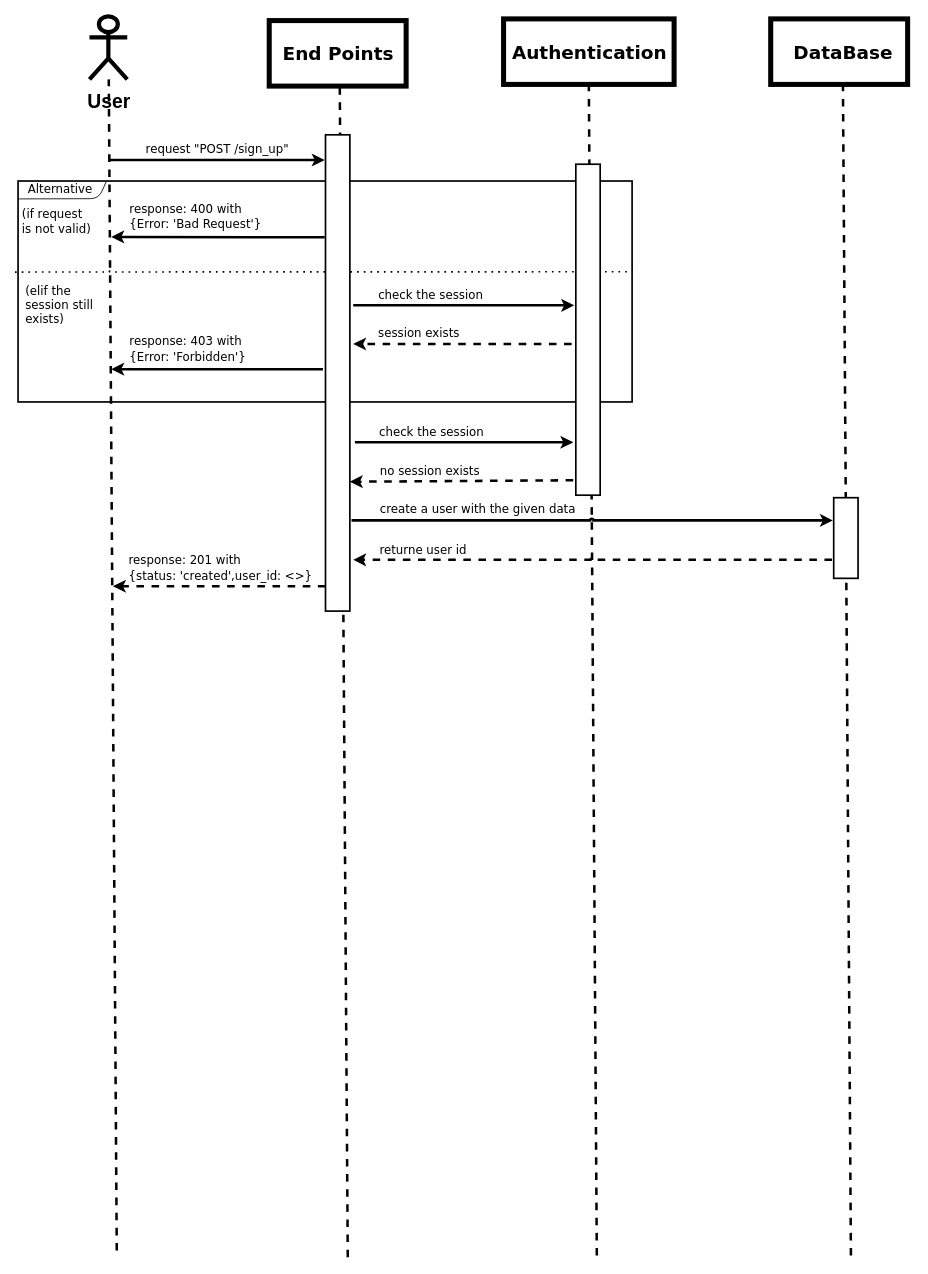
Before: UML/sequence_diaram/diagram.dio in Kolapo-code/Booker, a draw.io diagram. Source tidied: cells renumbered, new cells numbered last; positions are measured from the earlier drawing's top-left corner, leaving out a move shared by most shapes. Both pictures are drawn from the tidied source at 84%, with x=0, y=0 at pixel (18, 16).
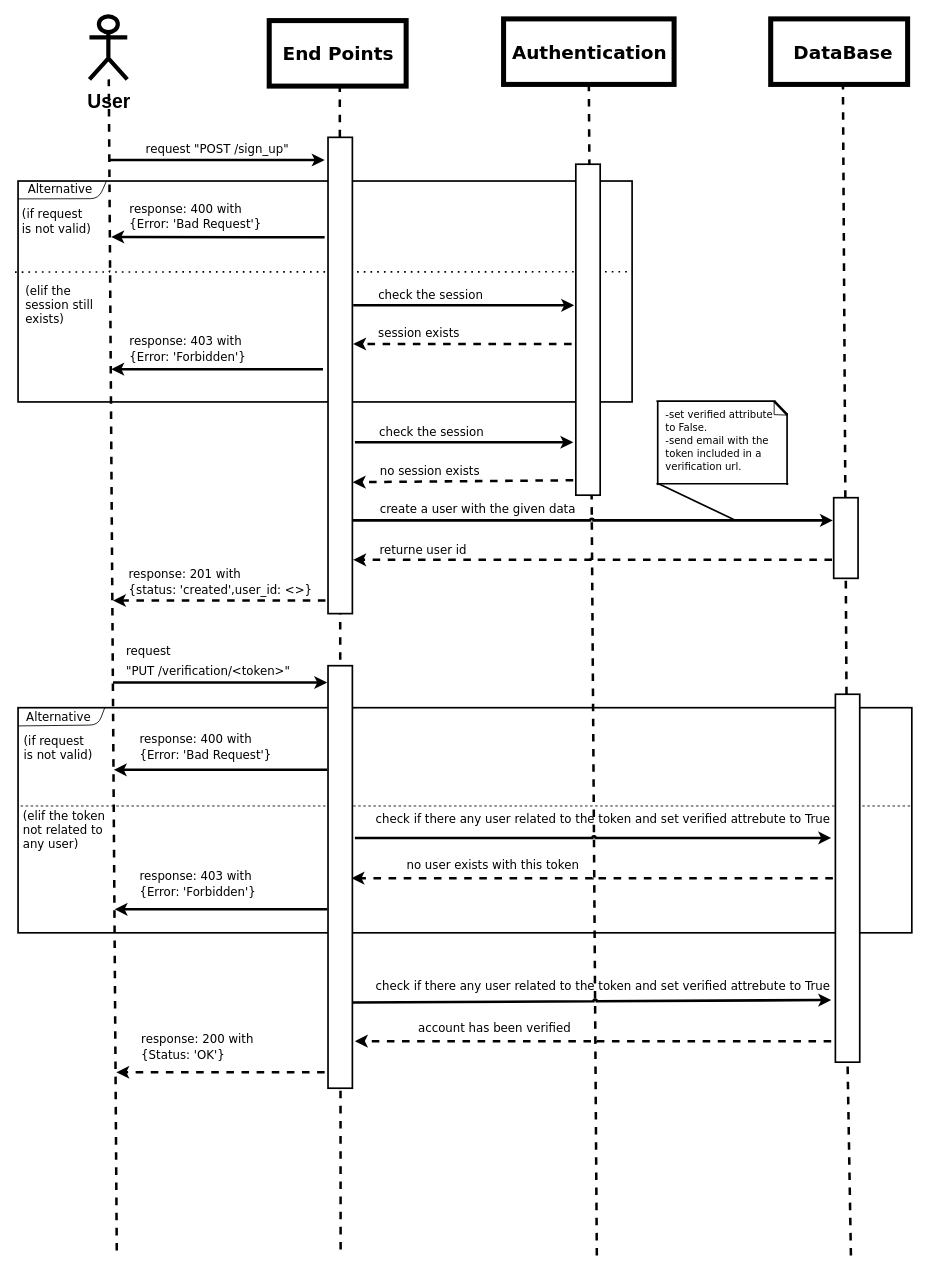
Above is the later version.

The change refers to these unchanged cells:
```xml
<mxCell id="35" style="rounded=0;whiteSpace=wrap;html=1;strokeColor=#000000;strokeWidth=2;fontFamily=Verdana;fontSize=14;fontColor=#000000;fillColor=#FFFFFF;" parent="1" vertex="1">
  <mxGeometry x="664" y="176" width="29" height="394" as="geometry" />
</mxCell>
```

Diff of the diagram source:
```diff
@@
-    <mxCell id="5" style="endArrow=none;dashed=1;html=1;entryX=0.5;entryY=1;entryDx=0;entryDy=0;rounded=1;jumpSize=0;strokeWidth=3;jumpStyle=arc;strokeColor=#000000;" parent="1" edge="1">
+    <mxCell id="5" style="endArrow=none;dashed=1;html=1;entryX=0.5;entryY=1;entryDx=0;entryDy=0;rounded=1;jumpSize=0;strokeWidth=3;jumpStyle=arc;strokeColor=#000000;startArrow=none;" parent="1" edge="1" source="78">
       <mxGeometry relative="1" as="geometry">
-        <mxPoint x="991.5" y="1475.2" as="sourcePoint" />
         <mxPoint x="982" y="81" as="targetPoint" />
       </mxGeometry>
     </mxCell>
@@
     <mxCell id="26" style="endArrow=classic;html=1;rounded=1;strokeColor=#000000;strokeWidth=3;fontFamily=Verdana;fontSize=14;fontColor=#000000;jumpStyle=arc;jumpSize=0;dashed=1;exitX=0.959;exitY=0.762;exitDx=0;exitDy=0;exitPerimeter=0;" parent="1" edge="1" source="27">
       <mxGeometry relative="1" as="geometry">
-        <mxPoint x="113" y="678.4" as="targetPoint" />
+        <mxPoint x="113" y="695.4" as="targetPoint" />
       </mxGeometry>
     </mxCell>
     <mxCell id="27" value="&lt;p style=&quot;line-height: 70%;&quot;&gt;&lt;font style=&quot;font-size: 14px;&quot; face=&quot;Verdana&quot;&gt;response: 201 with&lt;br&gt;{&lt;/font&gt;&lt;span style=&quot;background-color: initial; font-family: Verdana; font-size: 14px;&quot;&gt;status: 'created',user_id: &amp;lt;&amp;gt;}&amp;nbsp;&lt;/span&gt;&lt;/p&gt;" style="text;html=1;align=left;verticalAlign=middle;points=[];strokeColor=none;fillColor=none;fontSize=22;fontColor=#000000;" parent="1" vertex="1">
-      <mxGeometry x="130" y="609" width="246" height="91" as="geometry" />
+      <mxGeometry x="130" y="626" width="246" height="91" as="geometry" />
     </mxCell>
@@
-    <mxCell id="31" style="endArrow=classic;html=1;rounded=1;strokeColor=#000000;strokeWidth=3;fontFamily=Verdana;fontSize=14;fontColor=#000000;jumpStyle=arc;jumpSize=0;dashed=1;exitX=-0.108;exitY=0.955;exitDx=0;exitDy=0;exitPerimeter=0;" parent="1" edge="1" source="35">
-      <mxGeometry relative="1" as="geometry">
-        <mxPoint x="395" y="554" as="targetPoint" />
-      </mxGeometry>
+    <mxCell id="31" style="endArrow=classic;html=1;rounded=1;strokeColor=#000000;strokeWidth=3;fontFamily=Verdana;fontSize=14;fontColor=#000000;jumpStyle=arc;jumpSize=0;dashed=1;exitX=-0.108;exitY=0.955;exitDx=0;exitDy=0;exitPerimeter=0;entryX=1.016;entryY=0.724;entryDx=0;entryDy=0;entryPerimeter=0;" parent="1" edge="1" source="35" target="42">
+      <mxGeometry relative="1" as="geometry" />
     </mxCell>
@@
-    <mxCell id="40" style="endArrow=none;dashed=1;html=1;entryX=0.5;entryY=1;entryDx=0;entryDy=0;rounded=1;jumpSize=0;strokeWidth=3;jumpStyle=arc;strokeColor=#000000;" parent="1" edge="1">
+    <mxCell id="40" style="endArrow=none;dashed=1;html=1;entryX=0.5;entryY=1;entryDx=0;entryDy=0;rounded=1;jumpSize=0;strokeWidth=3;jumpStyle=arc;strokeColor=#000000;startArrow=none;" parent="1" edge="1" source="42">
       <mxGeometry relative="1" as="geometry">
-        <mxPoint x="392.5" y="1477.2" as="sourcePoint" />
         <mxPoint x="383" y="83" as="targetPoint" />
       </mxGeometry>
     </mxCell>
@@
+    <mxCell id="43" style="endArrow=none;dashed=1;html=1;entryX=0.5;entryY=1;entryDx=0;entryDy=0;rounded=1;jumpSize=0;strokeWidth=3;jumpStyle=arc;strokeColor=#000000;" parent="1" edge="1" target="42">
+      <mxGeometry relative="1" as="geometry">
+        <mxPoint x="384" y="1468" as="sourcePoint" />
+      </mxGeometry>
+    </mxCell>
     <mxCell id="42" style="rounded=0;whiteSpace=wrap;html=1;strokeColor=#000000;strokeWidth=2;fontFamily=Verdana;fontSize=14;fontColor=#000000;fillColor=#FFFFFF;" parent="1" vertex="1">
-      <mxGeometry x="366" y="141" width="29" height="567" as="geometry" />
+      <mxGeometry x="369" y="144" width="29" height="567" as="geometry" />
     </mxCell>
+    <mxCell id="44" style="group;" parent="1" vertex="1">
+      <mxGeometry x="760" y="458" width="222" height="136" as="geometry" />
+    </mxCell>
+    <mxCell id="45" style="endArrow=none;html=1;strokeColor=#000000;strokeWidth=2;" parent="44" edge="1">
+      <mxGeometry relative="1" as="geometry">
+        <mxPoint as="sourcePoint" />
+        <mxPoint x="141.6" as="targetPoint" />
+      </mxGeometry>
+    </mxCell>
+    <mxCell id="46" style="endArrow=none;html=1;strokeColor=#000000;strokeWidth=2;" parent="44" edge="1">
+      <mxGeometry relative="1" as="geometry">
+        <mxPoint y="98.4" as="sourcePoint" />
+        <mxPoint x="157" y="98.4" as="targetPoint" />
+      </mxGeometry>
+    </mxCell>
+    <mxCell id="47" style="endArrow=none;html=1;strokeColor=#000000;strokeWidth=2;" parent="44" edge="1">
+      <mxGeometry relative="1" as="geometry">
+        <mxPoint x="1.5" y="100" as="sourcePoint" />
+        <mxPoint x="1.5" as="targetPoint" />
+      </mxGeometry>
+    </mxCell>
+    <mxCell id="48" style="endArrow=none;html=1;strokeColor=#000000;strokeWidth=2;" parent="44" edge="1">
+      <mxGeometry relative="1" as="geometry">
+        <mxPoint x="155.5" y="100" as="sourcePoint" />
+        <mxPoint x="155.5" y="14.5" as="targetPoint" />
+      </mxGeometry>
+    </mxCell>
+    <mxCell id="49" style="endArrow=none;html=1;strokeColor=#000000;strokeWidth=3;" parent="44" edge="1">
+      <mxGeometry relative="1" as="geometry">
+        <mxPoint x="155.5" y="16.1" as="sourcePoint" />
+        <mxPoint x="140.1" as="targetPoint" />
+      </mxGeometry>
+    </mxCell>
+    <mxCell id="50" style="endArrow=none;html=1;strokeColor=#000000;strokeWidth=1;" parent="44" edge="1">
+      <mxGeometry relative="1" as="geometry">
+        <mxPoint x="140.1" y="16.1" as="sourcePoint" />
+        <mxPoint x="140.1" y="0.6" as="targetPoint" />
+      </mxGeometry>
+    </mxCell>
+    <mxCell id="51" style="endArrow=none;html=1;strokeColor=#000000;strokeWidth=1;" parent="44" edge="1">
+      <mxGeometry relative="1" as="geometry">
+        <mxPoint x="140.1" y="16.1" as="sourcePoint" />
+        <mxPoint x="155.5" y="16.7" as="targetPoint" />
+      </mxGeometry>
+    </mxCell>
+    <mxCell id="52" value="&lt;p style=&quot;line-height: 130%; font-size: 12px;&quot;&gt;&lt;font style=&quot;font-size: 12px;&quot; face=&quot;Verdana&quot;&gt;-set verified attribute&lt;br&gt;to False.&lt;br&gt;-send email with the&lt;br&gt;token included in a&lt;br&gt;verification url.&lt;/font&gt;&lt;/p&gt;" style="text;html=1;align=left;verticalAlign=middle;strokeColor=none;fillColor=none;fontSize=22;fontColor=#000000;" parent="44" vertex="1">
+      <mxGeometry x="9" y="-12" width="147" height="119" as="geometry" />
+    </mxCell>
+    <mxCell id="53" style="endArrow=none;html=1;strokeColor=#000000;strokeWidth=2;" parent="1" edge="1">
+      <mxGeometry relative="1" as="geometry">
+        <mxPoint x="852" y="599" as="sourcePoint" />
+        <mxPoint x="762" y="556" as="targetPoint" />
+      </mxGeometry>
+    </mxCell>
+    <mxCell id="54" style="endArrow=classic;html=1;rounded=1;strokeColor=#000000;strokeWidth=3;fontSize=22;fontColor=#000000;jumpStyle=arc;jumpSize=0;" parent="1" edge="1">
+      <mxGeometry relative="1" as="geometry">
+        <mxPoint x="113" y="793" as="sourcePoint" />
+        <mxPoint x="368" y="793" as="targetPoint" />
+      </mxGeometry>
+    </mxCell>
+    <mxCell id="55" value="&lt;p style=&quot;line-height: 0%;&quot;&gt;&lt;font style=&quot;font-size: 14px;&quot; face=&quot;Verdana&quot;&gt;request&lt;/font&gt;&lt;/p&gt;&lt;p style=&quot;line-height: 0%;&quot;&gt;&lt;font style=&quot;font-size: 14px;&quot; face=&quot;Verdana&quot;&gt;&quot;PUT /verification/&amp;lt;token&amp;gt;&quot;&lt;/font&gt;&lt;/p&gt;" style="text;html=1;align=left;verticalAlign=middle;strokeColor=none;fillColor=none;fontSize=22;fontColor=#000000;" parent="1" vertex="1">
+      <mxGeometry x="126.5" y="725" width="216" height="82" as="geometry" />
+    </mxCell>
+    <mxCell id="56" style="rounded=0;whiteSpace=wrap;html=1;strokeColor=#000000;strokeWidth=2;fontFamily=Verdana;fontSize=14;fontColor=#000000;fillColor=none;" parent="1" vertex="1">
+      <mxGeometry y="823" width="1064" height="268" as="geometry" />
+    </mxCell>
+    <mxCell id="57" style="endArrow=none;html=1;rounded=1;strokeColor=#000000;strokeWidth=1;fontFamily=Verdana;fontSize=14;fontColor=#000000;jumpStyle=arc;jumpSize=0;exitX=0;exitY=0.081;exitDx=0;exitDy=0;exitPerimeter=0;entryX=0.097;entryY=0;entryDx=0;entryDy=0;entryPerimeter=0;" parent="1" edge="1" source="56" target="56">
+      <mxGeometry relative="1" as="geometry">
+        <Array as="points">
+          <mxPoint x="95.5" y="843.6" />
+        </Array>
+      </mxGeometry>
+    </mxCell>
+    <mxCell id="58" style="endArrow=none;dashed=1;html=1;rounded=1;strokeColor=#000000;strokeWidth=1;fontFamily=Verdana;fontSize=14;fontColor=#000000;jumpStyle=arc;jumpSize=0;" parent="1" edge="1">
+      <mxGeometry relative="1" as="geometry">
+        <mxPoint x="3" y="940" as="sourcePoint" />
+        <mxPoint x="1064" y="940" as="targetPoint" />
+      </mxGeometry>
+    </mxCell>
+    <mxCell id="59" value="Alternative" style="text;html=1;align=center;verticalAlign=middle;strokeColor=none;fillColor=none;fontSize=14;fontFamily=Verdana;fontColor=#000000;strokeWidth=2;" parent="1" vertex="1">
+      <mxGeometry x="1" y="819.3" width="94" height="29" as="geometry" />
+    </mxCell>
+    <mxCell id="60" style="endArrow=classic;html=1;rounded=1;strokeColor=#000000;strokeWidth=3;fontFamily=Verdana;fontSize=14;fontColor=#000000;jumpStyle=arc;jumpSize=0;" parent="1" edge="1">
+      <mxGeometry relative="1" as="geometry">
+        <mxPoint x="368" y="897" as="sourcePoint" />
+        <mxPoint x="114" y="897" as="targetPoint" />
+      </mxGeometry>
+    </mxCell>
+    <mxCell id="61" value="&lt;p style=&quot;line-height: 70%;&quot;&gt;&lt;font style=&quot;font-size: 14px;&quot; face=&quot;Verdana&quot;&gt;response: 400 with&lt;br&gt;{Error&lt;/font&gt;&lt;span style=&quot;background-color: initial; font-family: Verdana; font-size: 14px;&quot;&gt;: 'Bad Request'}&amp;nbsp;&lt;/span&gt;&lt;/p&gt;" style="text;html=1;align=left;verticalAlign=middle;strokeColor=none;fillColor=none;fontSize=22;fontColor=#000000;" parent="1" vertex="1">
+      <mxGeometry x="143" y="823" width="183" height="91" as="geometry" />
+    </mxCell>
+    <mxCell id="62" style="endArrow=classic;html=1;rounded=1;strokeColor=#000000;strokeWidth=3;fontFamily=Verdana;fontSize=14;fontColor=#000000;jumpStyle=arc;jumpSize=0;" parent="1" edge="1">
+      <mxGeometry relative="1" as="geometry">
+        <mxPoint x="368" y="1063" as="sourcePoint" />
+        <mxPoint x="115" y="1063" as="targetPoint" />
+      </mxGeometry>
+    </mxCell>
+    <mxCell id="63" value="&lt;p style=&quot;line-height: 70%;&quot;&gt;&lt;font style=&quot;font-size: 14px;&quot; face=&quot;Verdana&quot;&gt;response: 403 with&lt;br&gt;{Error&lt;/font&gt;&lt;span style=&quot;background-color: initial; font-family: Verdana; font-size: 14px;&quot;&gt;: 'Forbidden'}&amp;nbsp;&lt;/span&gt;&lt;/p&gt;" style="text;html=1;align=left;verticalAlign=middle;strokeColor=none;fillColor=none;fontSize=22;fontColor=#000000;" parent="1" vertex="1">
+      <mxGeometry x="143" y="986" width="164" height="91" as="geometry" />
+    </mxCell>
+    <mxCell id="64" value="(if request&lt;br&gt;is not valid)" style="text;html=1;align=left;verticalAlign=middle;strokeColor=none;fillColor=none;fontSize=14;fontFamily=Verdana;fontColor=#000000;" parent="1" vertex="1">
+      <mxGeometry x="5" y="848.3" width="101" height="46" as="geometry" />
+    </mxCell>
+    <mxCell id="65" value="(elif the token&lt;br&gt;not related to&lt;br&gt;any user)" style="text;html=1;align=left;verticalAlign=middle;strokeColor=none;fillColor=none;fontSize=14;fontFamily=Verdana;fontColor=#000000;" parent="1" vertex="1">
+      <mxGeometry x="4" y="938" width="117" height="62" as="geometry" />
+    </mxCell>
+    <mxCell id="66" value="&lt;font face=&quot;Verdana&quot;&gt;&lt;span style=&quot;font-size: 14px;&quot;&gt;check if there any user related to the token and set verified attrebute to True&lt;/span&gt;&lt;/font&gt;" style="text;html=1;align=center;verticalAlign=middle;strokeColor=none;fillColor=none;fontSize=22;fontColor=#000000;" parent="1" vertex="1">
+      <mxGeometry x="414" y="934" width="563" height="39" as="geometry" />
+    </mxCell>
+    <mxCell id="67" style="endArrow=classic;html=1;rounded=1;strokeColor=#000000;strokeWidth=3;fontSize=22;fontColor=#000000;jumpStyle=arc;jumpSize=0;" parent="1" edge="1">
+      <mxGeometry relative="1" as="geometry">
+        <mxPoint x="401" y="978" as="sourcePoint" />
+        <mxPoint x="968" y="978" as="targetPoint" />
+      </mxGeometry>
+    </mxCell>
+    <mxCell id="68" style="endArrow=classic;html=1;rounded=1;strokeColor=#000000;strokeWidth=3;fontFamily=Verdana;fontSize=14;fontColor=#000000;jumpStyle=arc;jumpSize=0;dashed=1;" parent="1" edge="1">
+      <mxGeometry relative="1" as="geometry">
+        <mxPoint x="988" y="1026" as="sourcePoint" />
+        <mxPoint x="397" y="1026" as="targetPoint" />
+      </mxGeometry>
+    </mxCell>
+    <mxCell id="69" value="&lt;font face=&quot;Verdana&quot;&gt;&lt;span style=&quot;font-size: 14px;&quot;&gt;no user exists with this token&lt;/span&gt;&lt;/font&gt;" style="text;html=1;align=center;verticalAlign=middle;strokeColor=none;fillColor=none;fontSize=22;fontColor=#000000;" parent="1" vertex="1">
+      <mxGeometry x="452" y="989" width="226" height="39" as="geometry" />
+    </mxCell>
+    <mxCell id="70" style="endArrow=classic;html=1;rounded=1;strokeColor=#000000;strokeWidth=3;fontSize=22;fontColor=#000000;jumpStyle=arc;jumpSize=0;" parent="1" edge="1">
+      <mxGeometry relative="1" as="geometry">
+        <mxPoint x="397" y="1174" as="sourcePoint" />
+        <mxPoint x="968" y="1171" as="targetPoint" />
+      </mxGeometry>
+    </mxCell>
+    <mxCell id="71" value="&lt;font face=&quot;Verdana&quot;&gt;&lt;span style=&quot;font-size: 14px;&quot;&gt;check if there any user related to the token and set verified attrebute to True&lt;/span&gt;&lt;/font&gt;" style="text;html=1;align=center;verticalAlign=middle;strokeColor=none;fillColor=none;fontSize=22;fontColor=#000000;" parent="1" vertex="1">
+      <mxGeometry x="414" y="1132" width="563" height="39" as="geometry" />
+    </mxCell>
+    <mxCell id="72" value="&lt;font face=&quot;Verdana&quot;&gt;&lt;span style=&quot;font-size: 14px;&quot;&gt;account has been verified&lt;/span&gt;&lt;/font&gt;" style="text;html=1;align=center;verticalAlign=middle;strokeColor=none;fillColor=none;fontSize=22;fontColor=#000000;" parent="1" vertex="1">
+      <mxGeometry x="468" y="1183" width="198" height="39" as="geometry" />
+    </mxCell>
+    <mxCell id="73" style="endArrow=classic;html=1;rounded=1;strokeColor=#000000;strokeWidth=3;fontFamily=Verdana;fontSize=14;fontColor=#000000;jumpStyle=arc;jumpSize=0;dashed=1;" parent="1" edge="1">
+      <mxGeometry relative="1" as="geometry">
+        <mxPoint x="968" y="1220" as="sourcePoint" />
+        <mxPoint x="401" y="1220" as="targetPoint" />
+      </mxGeometry>
+    </mxCell>
+    <mxCell id="74" value="&lt;p style=&quot;line-height: 70%;&quot;&gt;&lt;font style=&quot;font-size: 14px;&quot; face=&quot;Verdana&quot;&gt;response: 200 with&lt;br&gt;{Status&lt;/font&gt;&lt;span style=&quot;background-color: initial; font-family: Verdana; font-size: 14px;&quot;&gt;: 'OK'}&amp;nbsp;&lt;/span&gt;&lt;/p&gt;" style="text;html=1;align=left;verticalAlign=middle;strokeColor=none;fillColor=none;fontSize=22;fontColor=#000000;" parent="1" vertex="1">
+      <mxGeometry x="145" y="1180" width="154" height="91" as="geometry" />
+    </mxCell>
+    <mxCell id="75" style="endArrow=classic;html=1;rounded=1;strokeColor=#000000;strokeWidth=3;fontFamily=Verdana;fontSize=14;fontColor=#000000;jumpStyle=arc;jumpSize=0;dashed=1;" parent="1" edge="1">
+      <mxGeometry relative="1" as="geometry">
+        <mxPoint x="365" y="1257" as="sourcePoint" />
+        <mxPoint x="117" y="1257" as="targetPoint" />
+      </mxGeometry>
+    </mxCell>
+    <mxCell id="76" style="rounded=0;whiteSpace=wrap;html=1;strokeColor=#000000;strokeWidth=2;fontFamily=Verdana;fontSize=14;fontColor=#000000;fillColor=#FFFFFF;" parent="1" vertex="1">
+      <mxGeometry x="369" y="773" width="29" height="503" as="geometry" />
+    </mxCell>
+    <mxCell id="77" style="endArrow=none;dashed=1;html=1;entryX=0.5;entryY=1;entryDx=0;entryDy=0;rounded=1;jumpSize=0;strokeWidth=3;jumpStyle=arc;strokeColor=#000000;" parent="1" edge="1" target="78">
+      <mxGeometry relative="1" as="geometry">
+        <mxPoint x="991.5" y="1475.2" as="sourcePoint" />
+      </mxGeometry>
+    </mxCell>
+    <mxCell id="78" style="rounded=0;whiteSpace=wrap;html=1;strokeColor=#000000;strokeWidth=2;fontFamily=Verdana;fontSize=14;fontColor=#000000;fillColor=#FFFFFF;" parent="1" vertex="1">
+      <mxGeometry x="973" y="807" width="29" height="438" as="geometry" />
+    </mxCell>
```
